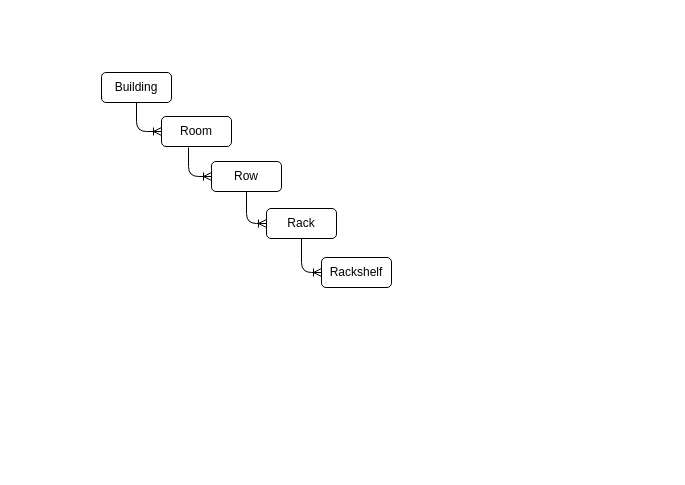
The draw.io diagram Untitled Diagram.drawio in dearishtaq/hello-world, before the edit. Source tidied: cells renumbered, new cells numbered last; positions are measured from the earlier drawing's top-left corner, leaving out a move shared by most shapes. Both pictures are drawn from the tidied source at 100%, with x=0, y=0 at pixel (101, 72).
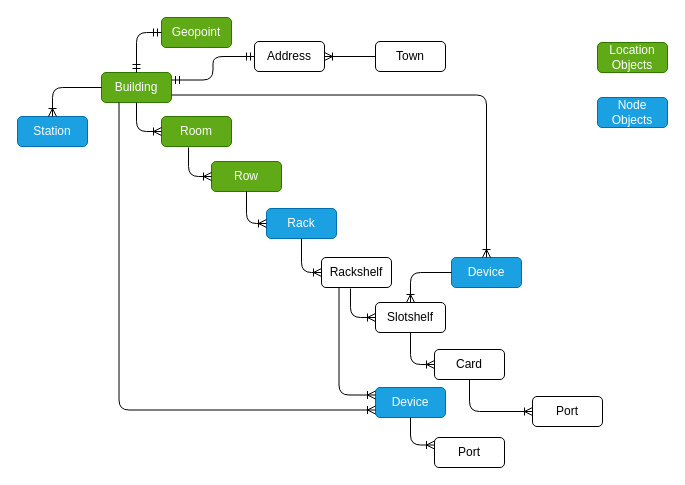
The same diagram, later.

The change refers to these unchanged cells:
```xml
<mxCell id="9" value="Rackshelf" style="rounded=1;whiteSpace=wrap;html=1;" parent="1" vertex="1">
  <mxGeometry x="220" y="185" width="70" height="30" as="geometry" />
</mxCell>
```

What changed in the source:
```diff
@@
-    <mxCell id="2" value="Building" style="rounded=1;whiteSpace=wrap;html=1;" parent="1" vertex="1">
+    <mxCell id="2" value="Building" style="rounded=1;whiteSpace=wrap;html=1;fillColor=#60a917;strokeColor=#2D7600;fontColor=#ffffff;" parent="1" vertex="1">
       <mxGeometry width="70" height="30" as="geometry" />
     </mxCell>
-    <mxCell id="3" value="Room" style="rounded=1;whiteSpace=wrap;html=1;" parent="1" vertex="1">
+    <mxCell id="3" value="Room" style="rounded=1;whiteSpace=wrap;html=1;fillColor=#60a917;strokeColor=#2D7600;fontColor=#ffffff;" parent="1" vertex="1">
       <mxGeometry x="60" y="44" width="70" height="30" as="geometry" />
     </mxCell>
@@
-    <mxCell id="5" value="Row" style="rounded=1;whiteSpace=wrap;html=1;" parent="1" vertex="1">
+    <mxCell id="5" value="Row" style="rounded=1;whiteSpace=wrap;html=1;fillColor=#60a917;strokeColor=#2D7600;fontColor=#ffffff;" parent="1" vertex="1">
       <mxGeometry x="110" y="89" width="70" height="30" as="geometry" />
     </mxCell>
@@
-    <mxCell id="7" value="Rack" style="rounded=1;whiteSpace=wrap;html=1;" parent="1" vertex="1">
+    <mxCell id="7" value="Rack" style="rounded=1;whiteSpace=wrap;html=1;fillColor=#1ba1e2;strokeColor=#006EAF;fontColor=#ffffff;" parent="1" vertex="1">
       <mxGeometry x="165" y="136" width="70" height="30" as="geometry" />
     </mxCell>
@@
+    <mxCell id="11" value="Slotshelf" style="rounded=1;whiteSpace=wrap;html=1;" parent="1" vertex="1">
+      <mxGeometry x="274" y="230" width="70" height="30" as="geometry" />
+    </mxCell>
+    <mxCell id="12" style="edgeStyle=orthogonalEdgeStyle;fontSize=12;html=1;endArrow=ERoneToMany;exitX=0.414;exitY=1.033;exitDx=0;exitDy=0;exitPerimeter=0;entryX=0;entryY=0.5;entryDx=0;entryDy=0;" parent="1" edge="1" source="9" target="11">
+      <mxGeometry relative="1" as="geometry" />
+    </mxCell>
+    <mxCell id="13" value="Device" style="rounded=1;whiteSpace=wrap;html=1;fillColor=#1ba1e2;strokeColor=#006EAF;fontColor=#ffffff;" parent="1" vertex="1">
+      <mxGeometry x="350" y="185" width="70" height="30" as="geometry" />
+    </mxCell>
+    <mxCell id="14" style="edgeStyle=orthogonalEdgeStyle;fontSize=12;html=1;endArrow=ERoneToMany;exitX=0;exitY=0.5;exitDx=0;exitDy=0;" parent="1" edge="1" source="13" target="11">
+      <mxGeometry relative="1" as="geometry" />
+    </mxCell>
+    <mxCell id="15" value="Card" style="rounded=1;whiteSpace=wrap;html=1;" parent="1" vertex="1">
+      <mxGeometry x="333" y="277" width="70" height="30" as="geometry" />
+    </mxCell>
+    <mxCell id="16" style="edgeStyle=orthogonalEdgeStyle;fontSize=12;html=1;endArrow=ERoneToMany;exitX=0.5;exitY=1;exitDx=0;exitDy=0;entryX=0;entryY=0.5;entryDx=0;entryDy=0;" parent="1" edge="1" source="11" target="15">
+      <mxGeometry relative="1" as="geometry" />
+    </mxCell>
+    <mxCell id="17" value="Port" style="rounded=1;whiteSpace=wrap;html=1;" parent="1" vertex="1">
+      <mxGeometry x="431" y="324" width="70" height="30" as="geometry" />
+    </mxCell>
+    <mxCell id="18" style="edgeStyle=orthogonalEdgeStyle;fontSize=12;html=1;endArrow=ERoneToMany;entryX=0;entryY=0.5;entryDx=0;entryDy=0;exitX=0.5;exitY=1;exitDx=0;exitDy=0;" parent="1" edge="1" source="15" target="17">
+      <mxGeometry relative="1" as="geometry" />
+    </mxCell>
+    <mxCell id="19" style="edgeStyle=orthogonalEdgeStyle;fontSize=12;html=1;endArrow=ERoneToMany;entryX=0.5;entryY=0;entryDx=0;entryDy=0;exitX=1;exitY=0.75;exitDx=0;exitDy=0;" parent="1" edge="1" source="2" target="13">
+      <mxGeometry relative="1" as="geometry" />
+    </mxCell>
+    <mxCell id="20" style="edgeStyle=elbowEdgeStyle;rounded=0;orthogonalLoop=1;jettySize=auto;elbow=vertical;html=1;entryX=0.25;entryY=0;entryDx=0;entryDy=0;" parent="1" edge="1" source="13" target="13">
+      <mxGeometry relative="1" as="geometry" />
+    </mxCell>
+    <mxCell id="21" value="Device" style="rounded=1;whiteSpace=wrap;html=1;fillColor=#1ba1e2;strokeColor=#006EAF;fontColor=#ffffff;" parent="1" vertex="1">
+      <mxGeometry x="274" y="315" width="70" height="30" as="geometry" />
+    </mxCell>
+    <mxCell id="22" style="edgeStyle=orthogonalEdgeStyle;fontSize=12;html=1;endArrow=ERoneToMany;exitX=0.25;exitY=1;exitDx=0;exitDy=0;entryX=0;entryY=0.25;entryDx=0;entryDy=0;" parent="1" edge="1" source="9" target="21">
+      <mxGeometry relative="1" as="geometry" />
+    </mxCell>
+    <mxCell id="23" value="Port" style="rounded=1;whiteSpace=wrap;html=1;" parent="1" vertex="1">
+      <mxGeometry x="333" y="365" width="70" height="30" as="geometry" />
+    </mxCell>
+    <mxCell id="24" style="edgeStyle=orthogonalEdgeStyle;fontSize=12;html=1;endArrow=ERoneToMany;exitX=0.5;exitY=1;exitDx=0;exitDy=0;entryX=0;entryY=0.25;entryDx=0;entryDy=0;" parent="1" edge="1" source="21" target="23">
+      <mxGeometry relative="1" as="geometry" />
+    </mxCell>
+    <mxCell id="25" style="edgeStyle=orthogonalEdgeStyle;fontSize=12;html=1;endArrow=ERoneToMany;exitX=0.25;exitY=1;exitDx=0;exitDy=0;entryX=0;entryY=0.75;entryDx=0;entryDy=0;" parent="1" edge="1" source="2" target="21">
+      <mxGeometry relative="1" as="geometry" />
+    </mxCell>
+    <mxCell id="26" value="Geopoint" style="rounded=1;whiteSpace=wrap;html=1;fillColor=#60a917;strokeColor=#2D7600;fontColor=#ffffff;" parent="1" vertex="1">
+      <mxGeometry x="60" y="-55" width="70" height="30" as="geometry" />
+    </mxCell>
+    <mxCell id="27" value="Address" style="rounded=1;whiteSpace=wrap;html=1;" parent="1" vertex="1">
+      <mxGeometry x="153" y="-31" width="70" height="30" as="geometry" />
+    </mxCell>
+    <mxCell id="28" style="edgeStyle=orthogonalEdgeStyle;fontSize=12;html=1;endArrow=ERmandOne;startArrow=ERmandOne;entryX=0;entryY=0.5;entryDx=0;entryDy=0;exitX=0.5;exitY=0;exitDx=0;exitDy=0;" parent="1" edge="1" source="2" target="26">
+      <mxGeometry relative="1" as="geometry" />
+    </mxCell>
+    <mxCell id="29" style="edgeStyle=orthogonalEdgeStyle;fontSize=12;html=1;endArrow=ERmandOne;startArrow=ERmandOne;entryX=0;entryY=0.5;entryDx=0;entryDy=0;exitX=1;exitY=0.25;exitDx=0;exitDy=0;" parent="1" edge="1" source="2" target="27">
+      <mxGeometry relative="1" as="geometry" />
+    </mxCell>
+    <mxCell id="30" value="Station" style="rounded=1;whiteSpace=wrap;html=1;fillColor=#1ba1e2;strokeColor=#006EAF;fontColor=#ffffff;" parent="1" vertex="1">
+      <mxGeometry x="-84" y="44" width="70" height="30" as="geometry" />
+    </mxCell>
+    <mxCell id="31" style="edgeStyle=orthogonalEdgeStyle;fontSize=12;html=1;endArrow=ERoneToMany;exitX=0;exitY=0.5;exitDx=0;exitDy=0;entryX=0.5;entryY=0;entryDx=0;entryDy=0;" parent="1" edge="1" source="2" target="30">
+      <mxGeometry relative="1" as="geometry" />
+    </mxCell>
+    <mxCell id="32" value="Town" style="rounded=1;whiteSpace=wrap;html=1;" parent="1" vertex="1">
+      <mxGeometry x="274" y="-31" width="70" height="30" as="geometry" />
+    </mxCell>
+    <mxCell id="33" style="edgeStyle=orthogonalEdgeStyle;fontSize=12;html=1;endArrow=ERoneToMany;exitX=0;exitY=0.5;exitDx=0;exitDy=0;" parent="1" edge="1" source="32" target="27">
+      <mxGeometry relative="1" as="geometry" />
+    </mxCell>
+    <mxCell id="34" value="Location Objects" style="rounded=1;whiteSpace=wrap;html=1;fillColor=#60a917;strokeColor=#2D7600;fontColor=#ffffff;" parent="1" vertex="1">
+      <mxGeometry x="496" y="-30" width="70" height="30" as="geometry" />
+    </mxCell>
+    <mxCell id="35" value="Node Objects" style="rounded=1;whiteSpace=wrap;html=1;fillColor=#1ba1e2;strokeColor=#006EAF;fontColor=#ffffff;" parent="1" vertex="1">
+      <mxGeometry x="496" y="25" width="70" height="30" as="geometry" />
+    </mxCell>
```
